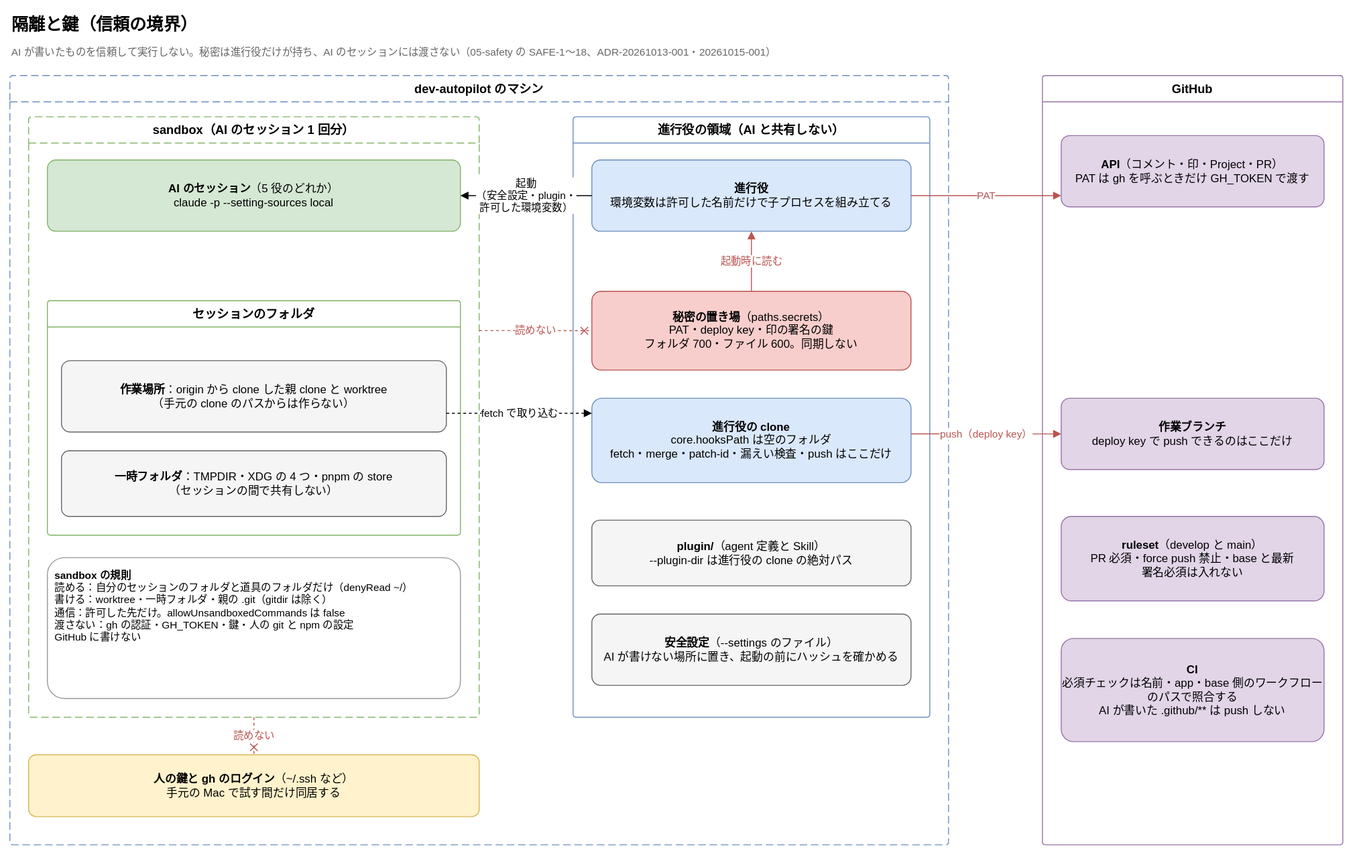
Earlier version of the draw.io export dev-autopilot/docs/diagrams/isolation-and-keys.drawio.svg (Joymerrevent/business-os). Source tidied: cells renumbered, new cells last; positions are measured from the earlier drawing's top-left corner, leaving out a move shared by most shapes. Source of this version:
```xml
<mxGraphModel background="#ffffff">
  <root>
    <mxCell id="0" />
    <mxCell id="1" parent="0" />
    <mxCell id="2" value="隔離と鍵（信頼の境界）" style="text;html=1;whiteSpace=wrap;align=left;verticalAlign=middle;fontSize=18;fontStyle=1;" parent="1" vertex="1">
      <mxGeometry width="900" height="32" as="geometry" />
    </mxCell>
    <mxCell id="3" value="AI が書いたものを信頼して実行しない。秘密は進行役だけが持ち、AI のセッションには渡さない（05-safety の SAFE-1〜18、ADR-20261013-001・20261015-001）" style="text;html=1;whiteSpace=wrap;align=left;verticalAlign=top;fontSize=11;fontColor=#666666;" parent="1" vertex="1">
      <mxGeometry y="32" width="1420" height="22" as="geometry" />
    </mxCell>
    <mxCell id="4" value="dev-autopilot のマシン" style="swimlane;startSize=28;html=1;whiteSpace=wrap;rounded=1;arcSize=4;dashed=1;dashPattern=8 4;fontStyle=1;fontSize=13;strokeColor=#6c8ebf;fillColor=none;swimlaneFillColor=none;" parent="1" vertex="1">
      <mxGeometry y="70" width="1000" height="820" as="geometry" />
    </mxCell>
    <mxCell id="5" value="sandbox（AI のセッション 1 回分）" style="swimlane;startSize=28;html=1;whiteSpace=wrap;rounded=1;arcSize=4;dashed=1;dashPattern=8 4;fontStyle=1;fontSize=13;strokeColor=#82b366;fillColor=none;swimlaneFillColor=none;" parent="4" vertex="1">
      <mxGeometry x="20" y="44" width="480" height="640" as="geometry" />
    </mxCell>
    <mxCell id="6" value="&lt;b&gt;AI のセッション&lt;/b&gt;（5 役のどれか）&lt;br&gt;claude -p --setting-sources local" style="rounded=1;whiteSpace=wrap;html=1;fontSize=12;arcSize=12;fillColor=#d5e8d4;strokeColor=#82b366;" parent="5" vertex="1">
      <mxGeometry x="20" y="46" width="440" height="76" as="geometry" />
    </mxCell>
    <mxCell id="7" value="セッションのフォルダ" style="swimlane;startSize=28;html=1;whiteSpace=wrap;rounded=1;arcSize=4;fontStyle=1;fontSize=13;strokeColor=#82b366;fillColor=none;swimlaneFillColor=none;" parent="5" vertex="1">
      <mxGeometry x="20" y="196" width="440" height="250" as="geometry" />
    </mxCell>
    <mxCell id="8" value="&lt;b&gt;作業場所&lt;/b&gt;：origin から clone した親 clone と worktree&lt;br&gt;（手元の clone のパスからは作らない）" style="rounded=1;whiteSpace=wrap;html=1;fontSize=12;arcSize=12;fillColor=#f5f5f5;strokeColor=#666666;" parent="7" vertex="1">
      <mxGeometry x="15" y="64" width="410" height="76" as="geometry" />
    </mxCell>
    <mxCell id="9" value="&lt;b&gt;一時フォルダ&lt;/b&gt;：TMPDIR・XDG の 4 つ・pnpm の store&lt;br&gt;（セッションの間で共有しない）" style="rounded=1;whiteSpace=wrap;html=1;fontSize=12;arcSize=12;fillColor=#f5f5f5;strokeColor=#666666;" parent="7" vertex="1">
      <mxGeometry x="15" y="160" width="410" height="70" as="geometry" />
    </mxCell>
    <mxCell id="10" value="&lt;b&gt;sandbox の規則&lt;/b&gt;&lt;br&gt;読める：自分のセッションのフォルダと道具のフォルダだけ（denyRead ~/）&lt;br&gt;書ける：worktree・一時フォルダ・親の .git（gitdir は除く）&lt;br&gt;通信：許可した先だけ。allowUnsandboxedCommands は false&lt;br&gt;渡さない：gh の認証・GH_TOKEN・鍵・人の git と npm の設定&lt;br&gt;GitHub に書けない" style="rounded=1;whiteSpace=wrap;html=1;fontSize=12;arcSize=12;align=left;verticalAlign=top;fontSize=11;spacing=8;fillColor=#ffffff;strokeColor=#999999;" parent="5" vertex="1">
      <mxGeometry x="20" y="470" width="440" height="150" as="geometry" />
    </mxCell>
    <mxCell id="11" value="進行役の領域（AI と共有しない）" style="swimlane;startSize=28;html=1;whiteSpace=wrap;rounded=1;arcSize=4;fontStyle=1;fontSize=13;strokeColor=#6c8ebf;fillColor=none;swimlaneFillColor=none;" parent="4" vertex="1">
      <mxGeometry x="600" y="44" width="380" height="640" as="geometry" />
    </mxCell>
    <mxCell id="12" value="&lt;b&gt;進行役&lt;/b&gt;&lt;br&gt;環境変数は許可した名前だけで子プロセスを組み立てる" style="rounded=1;whiteSpace=wrap;html=1;fontSize=12;arcSize=12;fillColor=#dae8fc;strokeColor=#6c8ebf;" parent="11" vertex="1">
      <mxGeometry x="20" y="46" width="340" height="76" as="geometry" />
    </mxCell>
    <mxCell id="13" value="&lt;b&gt;秘密の置き場&lt;/b&gt;（paths.secrets）&lt;br&gt;PAT・deploy key・印の署名の鍵&lt;br&gt;フォルダ 700・ファイル 600。同期しない" style="rounded=1;whiteSpace=wrap;html=1;fontSize=12;arcSize=12;fillColor=#f8cecc;strokeColor=#b85450;" parent="11" vertex="1">
      <mxGeometry x="20" y="186" width="340" height="84" as="geometry" />
    </mxCell>
    <mxCell id="14" value="&lt;b&gt;進行役の clone&lt;/b&gt;&lt;br&gt;core.hooksPath は空のフォルダ&lt;br&gt;fetch・merge・patch-id・漏えい検査・push はここだけ" style="rounded=1;whiteSpace=wrap;html=1;fontSize=12;arcSize=12;fillColor=#dae8fc;strokeColor=#6c8ebf;" parent="11" vertex="1">
      <mxGeometry x="20" y="300" width="340" height="90" as="geometry" />
    </mxCell>
    <mxCell id="15" value="&lt;b&gt;plugin/&lt;/b&gt;（agent 定義と Skill）&lt;br&gt;--plugin-dir は進行役の clone の絶対パス" style="rounded=1;whiteSpace=wrap;html=1;fontSize=12;arcSize=12;fillColor=#f5f5f5;strokeColor=#666666;" parent="11" vertex="1">
      <mxGeometry x="20" y="430" width="340" height="70" as="geometry" />
    </mxCell>
    <mxCell id="16" value="&lt;b&gt;安全設定&lt;/b&gt;（--settings のファイル）&lt;br&gt;AI が書けない場所に置き、起動の前にハッシュを確かめる" style="rounded=1;whiteSpace=wrap;html=1;fontSize=12;arcSize=12;fillColor=#f5f5f5;strokeColor=#666666;" parent="11" vertex="1">
      <mxGeometry x="20" y="530" width="340" height="76" as="geometry" />
    </mxCell>
    <mxCell id="17" value="&lt;b&gt;人の鍵と gh のログイン&lt;/b&gt;（~/.ssh など）&lt;br&gt;手元の Mac で試す間だけ同居する" style="rounded=1;whiteSpace=wrap;html=1;fontSize=12;arcSize=12;fillColor=#fff2cc;strokeColor=#d6b656;" parent="4" vertex="1">
      <mxGeometry x="20" y="724" width="480" height="66" as="geometry" />
    </mxCell>
    <mxCell id="18" value="GitHub" style="swimlane;startSize=28;html=1;whiteSpace=wrap;rounded=1;arcSize=4;fontStyle=1;fontSize=13;strokeColor=#9673a6;fillColor=none;swimlaneFillColor=none;" parent="1" vertex="1">
      <mxGeometry x="1100" y="70" width="320" height="820" as="geometry" />
    </mxCell>
    <mxCell id="19" value="&lt;b&gt;API&lt;/b&gt;（コメント・印・Project・PR）&lt;br&gt;PAT は gh を呼ぶときだけ GH_TOKEN で渡す" style="rounded=1;whiteSpace=wrap;html=1;fontSize=12;arcSize=12;fillColor=#e1d5e7;strokeColor=#9673a6;" parent="18" vertex="1">
      <mxGeometry x="20" y="64" width="280" height="76" as="geometry" />
    </mxCell>
    <mxCell id="20" value="&lt;b&gt;作業ブランチ&lt;/b&gt;&lt;br&gt;deploy key で push できるのはここだけ" style="rounded=1;whiteSpace=wrap;html=1;fontSize=12;arcSize=12;fillColor=#e1d5e7;strokeColor=#9673a6;" parent="18" vertex="1">
      <mxGeometry x="20" y="344" width="280" height="76" as="geometry" />
    </mxCell>
    <mxCell id="21" value="&lt;b&gt;ruleset&lt;/b&gt;（develop と main）&lt;br&gt;PR 必須・force push 禁止・base と最新&lt;br&gt;署名必須は入れない" style="rounded=1;whiteSpace=wrap;html=1;fontSize=12;arcSize=12;fillColor=#e1d5e7;strokeColor=#9673a6;" parent="18" vertex="1">
      <mxGeometry x="20" y="470" width="280" height="90" as="geometry" />
    </mxCell>
    <mxCell id="22" value="&lt;b&gt;CI&lt;/b&gt;&lt;br&gt;必須チェックは名前・app・base 側のワークフローのパスで照合する&lt;br&gt;AI が書いた .github/** は push しない" style="rounded=1;whiteSpace=wrap;html=1;fontSize=12;arcSize=12;fillColor=#e1d5e7;strokeColor=#9673a6;" parent="18" vertex="1">
      <mxGeometry x="20" y="600" width="280" height="110" as="geometry" />
    </mxCell>
    <mxCell id="23" value="起動時に読む" style="edgeStyle=orthogonalEdgeStyle;rounded=1;html=1;endArrow=block;endFill=1;fontSize=11;labelBackgroundColor=#ffffff;strokeColor=#b85450;fontColor=#b85450;exitX=0.5;exitY=0;exitDx=0;exitDy=0;entryX=0.5;entryY=1;entryDx=0;entryDy=0;" parent="1" edge="1" source="13" target="12">
      <mxGeometry relative="1" as="geometry" />
    </mxCell>
    <mxCell id="24" value="起動&lt;br&gt;（安全設定・plugin・&lt;br&gt;許可した環境変数）" style="edgeStyle=orthogonalEdgeStyle;rounded=1;html=1;endArrow=block;endFill=1;fontSize=11;labelBackgroundColor=#ffffff;exitX=0;exitY=0.5;exitDx=0;exitDy=0;entryX=1;entryY=0.5;entryDx=0;entryDy=0;" parent="1" edge="1" source="12" target="6">
      <mxGeometry relative="1" as="geometry" />
    </mxCell>
    <mxCell id="25" value="fetch で取り込む" style="edgeStyle=orthogonalEdgeStyle;rounded=1;html=1;endArrow=block;endFill=1;fontSize=11;labelBackgroundColor=#ffffff;dashed=1;exitX=1;exitY=0.737;exitDx=0;exitDy=0;entryX=0;entryY=0.178;entryDx=0;entryDy=0;" parent="1" edge="1" source="8" target="14">
      <mxGeometry relative="1" as="geometry" />
    </mxCell>
    <mxCell id="26" value="読めない" style="edgeStyle=orthogonalEdgeStyle;rounded=1;html=1;endArrow=block;endFill=1;fontSize=11;labelBackgroundColor=#ffffff;dashed=1;strokeColor=#b85450;fontColor=#b85450;endArrow=cross;endFill=0;exitX=1;exitY=0.356;exitDx=0;exitDy=0;entryX=0;entryY=0.5;entryDx=0;entryDy=0;" parent="1" edge="1" source="5" target="13">
      <mxGeometry relative="1" as="geometry" />
    </mxCell>
    <mxCell id="27" value="PAT" style="edgeStyle=orthogonalEdgeStyle;rounded=1;html=1;endArrow=block;endFill=1;fontSize=11;labelBackgroundColor=#ffffff;strokeColor=#b85450;fontColor=#b85450;exitX=1;exitY=0.5;exitDx=0;exitDy=0;entryX=0;entryY=0.842;entryDx=0;entryDy=0;" parent="1" edge="1" source="12" target="19">
      <mxGeometry relative="1" as="geometry" />
    </mxCell>
    <mxCell id="28" value="push（deploy key）" style="edgeStyle=orthogonalEdgeStyle;rounded=1;html=1;endArrow=block;endFill=1;fontSize=11;labelBackgroundColor=#ffffff;strokeColor=#b85450;fontColor=#b85450;exitX=1;exitY=0.422;exitDx=0;exitDy=0;entryX=0;entryY=0.5;entryDx=0;entryDy=0;" parent="1" edge="1" source="14" target="20">
      <mxGeometry relative="1" as="geometry" />
    </mxCell>
    <mxCell id="29" value="読めない" style="edgeStyle=orthogonalEdgeStyle;rounded=1;html=1;endArrow=block;endFill=1;fontSize=11;labelBackgroundColor=#ffffff;dashed=1;strokeColor=#b85450;fontColor=#b85450;endArrow=cross;endFill=0;exitX=0.5;exitY=1;exitDx=0;exitDy=0;entryX=0.5;entryY=0;entryDx=0;entryDy=0;" parent="1" edge="1" source="5" target="17">
      <mxGeometry relative="1" as="geometry" />
    </mxCell>
  </root>
</mxGraphModel>
```
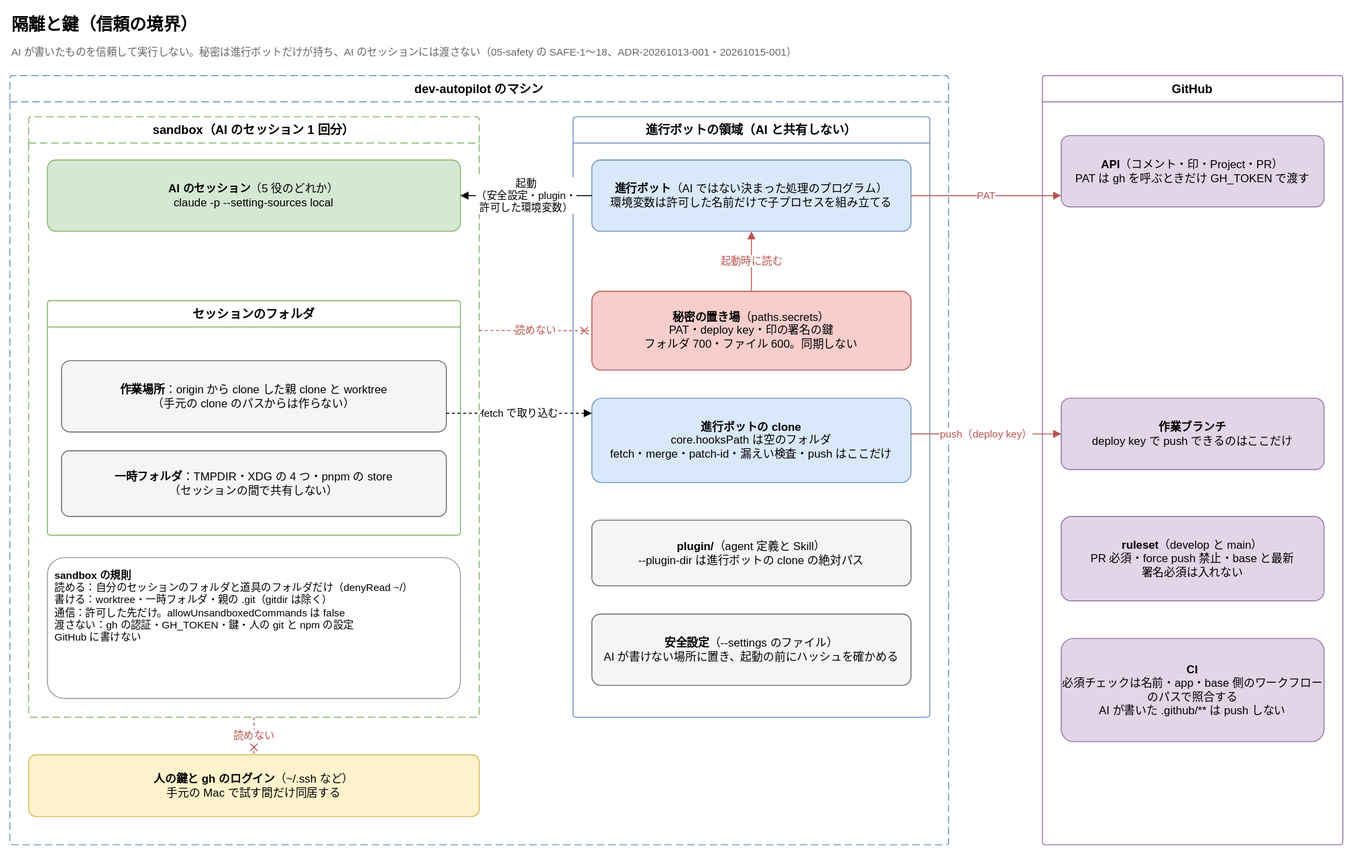
After the change.

What changed in the source:
```diff
@@ -5,7 +5,7 @@
     <mxCell id="2" value="隔離と鍵（信頼の境界）" style="text;html=1;whiteSpace=wrap;align=left;verticalAlign=middle;fontSize=18;fontStyle=1;" parent="1" vertex="1">
       <mxGeometry width="900" height="32" as="geometry" />
     </mxCell>
-    <mxCell id="3" value="AI が書いたものを信頼して実行しない。秘密は進行役だけが持ち、AI のセッションには渡さない（05-safety の SAFE-1〜18、ADR-20261013-001・20261015-001）" style="text;html=1;whiteSpace=wrap;align=left;verticalAlign=top;fontSize=11;fontColor=#666666;" parent="1" vertex="1">
+    <mxCell id="3" value="AI が書いたものを信頼して実行しない。秘密は進行ボットだけが持ち、AI のセッションには渡さない（05-safety の SAFE-1〜18、ADR-20261013-001・20261015-001）" style="text;html=1;whiteSpace=wrap;align=left;verticalAlign=top;fontSize=11;fontColor=#666666;" parent="1" vertex="1">
       <mxGeometry y="32" width="1420" height="22" as="geometry" />
     </mxCell>
     <mxCell id="4" value="dev-autopilot のマシン" style="swimlane;startSize=28;html=1;whiteSpace=wrap;rounded=1;arcSize=4;dashed=1;dashPattern=8 4;fontStyle=1;fontSize=13;strokeColor=#6c8ebf;fillColor=none;swimlaneFillColor=none;" parent="1" vertex="1">
@@ -29,19 +29,19 @@
     <mxCell id="10" value="&lt;b&gt;sandbox の規則&lt;/b&gt;&lt;br&gt;読める：自分のセッションのフォルダと道具のフォルダだけ（denyRead ~/）&lt;br&gt;書ける：worktree・一時フォルダ・親の .git（gitdir は除く）&lt;br&gt;通信：許可した先だけ。allowUnsandboxedCommands は false&lt;br&gt;渡さない：gh の認証・GH_TOKEN・鍵・人の git と npm の設定&lt;br&gt;GitHub に書けない" style="rounded=1;whiteSpace=wrap;html=1;fontSize=12;arcSize=12;align=left;verticalAlign=top;fontSize=11;spacing=8;fillColor=#ffffff;strokeColor=#999999;" parent="5" vertex="1">
       <mxGeometry x="20" y="470" width="440" height="150" as="geometry" />
     </mxCell>
-    <mxCell id="11" value="進行役の領域（AI と共有しない）" style="swimlane;startSize=28;html=1;whiteSpace=wrap;rounded=1;arcSize=4;fontStyle=1;fontSize=13;strokeColor=#6c8ebf;fillColor=none;swimlaneFillColor=none;" parent="4" vertex="1">
+    <mxCell id="11" value="進行ボットの領域（AI と共有しない）" style="swimlane;startSize=28;html=1;whiteSpace=wrap;rounded=1;arcSize=4;fontStyle=1;fontSize=13;strokeColor=#6c8ebf;fillColor=none;swimlaneFillColor=none;" parent="4" vertex="1">
       <mxGeometry x="600" y="44" width="380" height="640" as="geometry" />
     </mxCell>
-    <mxCell id="12" value="&lt;b&gt;進行役&lt;/b&gt;&lt;br&gt;環境変数は許可した名前だけで子プロセスを組み立てる" style="rounded=1;whiteSpace=wrap;html=1;fontSize=12;arcSize=12;fillColor=#dae8fc;strokeColor=#6c8ebf;" parent="11" vertex="1">
+    <mxCell id="12" value="&lt;b&gt;進行ボット&lt;/b&gt;（AI ではない決まった処理のプログラム）&lt;br&gt;環境変数は許可した名前だけで子プロセスを組み立てる" style="rounded=1;whiteSpace=wrap;html=1;fontSize=12;arcSize=12;fillColor=#dae8fc;strokeColor=#6c8ebf;" parent="11" vertex="1">
       <mxGeometry x="20" y="46" width="340" height="76" as="geometry" />
     </mxCell>
     <mxCell id="13" value="&lt;b&gt;秘密の置き場&lt;/b&gt;（paths.secrets）&lt;br&gt;PAT・deploy key・印の署名の鍵&lt;br&gt;フォルダ 700・ファイル 600。同期しない" style="rounded=1;whiteSpace=wrap;html=1;fontSize=12;arcSize=12;fillColor=#f8cecc;strokeColor=#b85450;" parent="11" vertex="1">
       <mxGeometry x="20" y="186" width="340" height="84" as="geometry" />
     </mxCell>
-    <mxCell id="14" value="&lt;b&gt;進行役の clone&lt;/b&gt;&lt;br&gt;core.hooksPath は空のフォルダ&lt;br&gt;fetch・merge・patch-id・漏えい検査・push はここだけ" style="rounded=1;whiteSpace=wrap;html=1;fontSize=12;arcSize=12;fillColor=#dae8fc;strokeColor=#6c8ebf;" parent="11" vertex="1">
+    <mxCell id="14" value="&lt;b&gt;進行ボットの clone&lt;/b&gt;&lt;br&gt;core.hooksPath は空のフォルダ&lt;br&gt;fetch・merge・patch-id・漏えい検査・push はここだけ" style="rounded=1;whiteSpace=wrap;html=1;fontSize=12;arcSize=12;fillColor=#dae8fc;strokeColor=#6c8ebf;" parent="11" vertex="1">
       <mxGeometry x="20" y="300" width="340" height="90" as="geometry" />
     </mxCell>
-    <mxCell id="15" value="&lt;b&gt;plugin/&lt;/b&gt;（agent 定義と Skill）&lt;br&gt;--plugin-dir は進行役の clone の絶対パス" style="rounded=1;whiteSpace=wrap;html=1;fontSize=12;arcSize=12;fillColor=#f5f5f5;strokeColor=#666666;" parent="11" vertex="1">
+    <mxCell id="15" value="&lt;b&gt;plugin/&lt;/b&gt;（agent 定義と Skill）&lt;br&gt;--plugin-dir は進行ボットの clone の絶対パス" style="rounded=1;whiteSpace=wrap;html=1;fontSize=12;arcSize=12;fillColor=#f5f5f5;strokeColor=#666666;" parent="11" vertex="1">
       <mxGeometry x="20" y="430" width="340" height="70" as="geometry" />
     </mxCell>
     <mxCell id="16" value="&lt;b&gt;安全設定&lt;/b&gt;（--settings のファイル）&lt;br&gt;AI が書けない場所に置き、起動の前にハッシュを確かめる" style="rounded=1;whiteSpace=wrap;html=1;fontSize=12;arcSize=12;fillColor=#f5f5f5;strokeColor=#666666;" parent="11" vertex="1">
```
